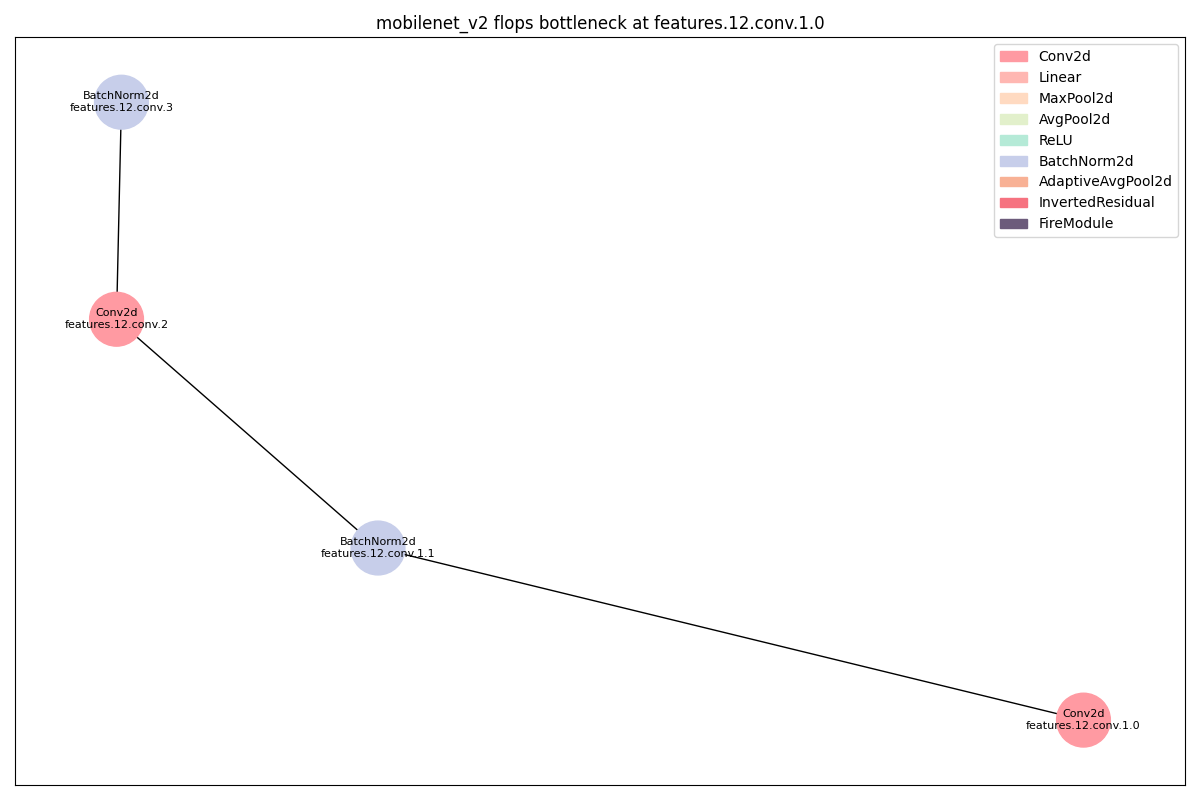
The Graphviz diagram dags/mobilenet_v2_flops_features_12_conv_1_0_op.png in 11222-Meng/DNN_Bottlen_Layer_Analysis, before a commit. Its source is kept beside it as dags/mobilenet_v2_flops_features_12_conv_1_0_op.dot.
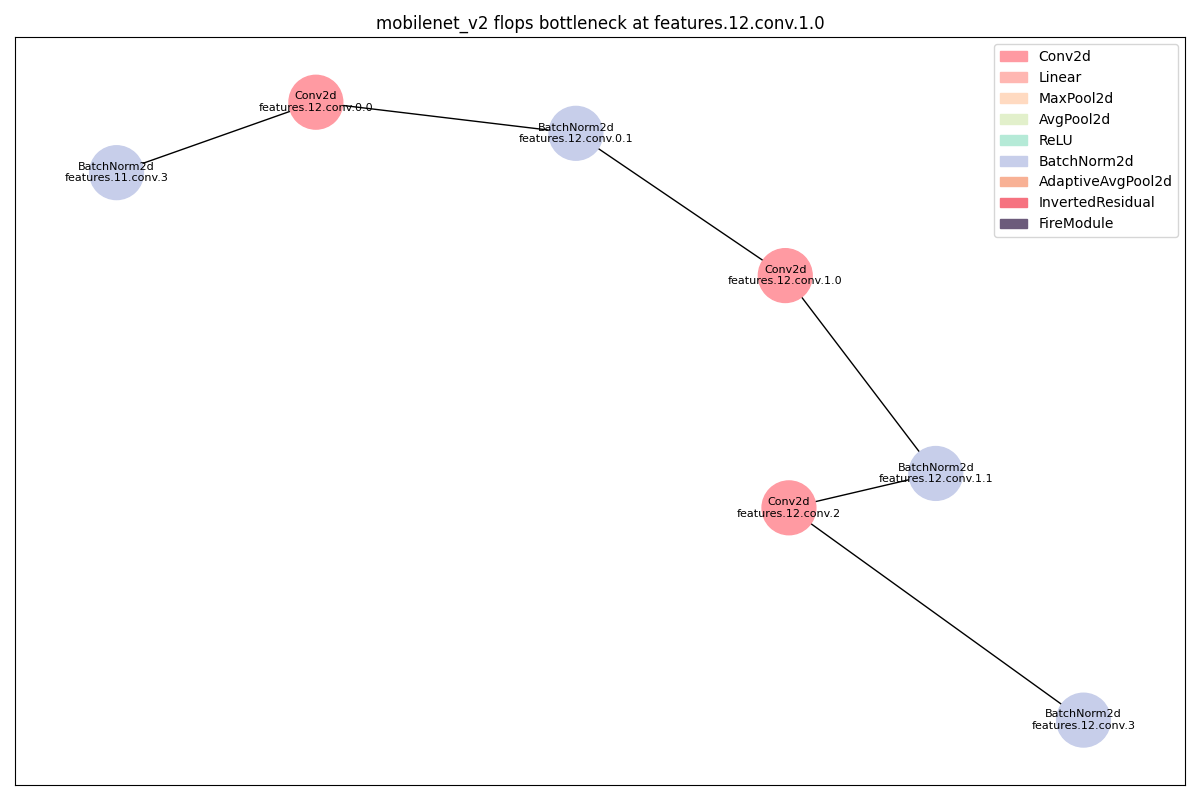
Above is the later version.

Diff of the diagram source:
```diff
@@ -1,21 +1,36 @@
 strict digraph "" {
+	BatchNorm2d_0	[color="#C7CEEA",
+		layer_name="features.11.conv.3",
+		params=192,
+		type=BatchNorm2d];
 	Conv2d_0	[color="#FF9AA2",
+		layer_name="features.12.conv.0.0",
+		params=55296,
+		type=Conv2d];
+	BatchNorm2d_0 -> Conv2d_0;
+	BatchNorm2d_1	[color="#C7CEEA",
+		layer_name="features.12.conv.0.1",
+		params=1152,
+		type=BatchNorm2d];
+	Conv2d_0 -> BatchNorm2d_1;
+	Conv2d_1	[color="#FF9AA2",
 		layer_name="features.12.conv.1.0",
 		params=5184,
 		type=Conv2d];
-	BatchNorm2d_0	[color="#C7CEEA",
+	BatchNorm2d_1 -> Conv2d_1;
+	BatchNorm2d_2	[color="#C7CEEA",
 		layer_name="features.12.conv.1.1",
 		params=1152,
 		type=BatchNorm2d];
-	Conv2d_0 -> BatchNorm2d_0;
-	Conv2d_1	[color="#FF9AA2",
+	Conv2d_1 -> BatchNorm2d_2;
+	Conv2d_2	[color="#FF9AA2",
 		layer_name="features.12.conv.2",
 		params=55296,
 		type=Conv2d];
-	BatchNorm2d_0 -> Conv2d_1;
-	BatchNorm2d_1	[color="#C7CEEA",
+	BatchNorm2d_2 -> Conv2d_2;
+	BatchNorm2d_3	[color="#C7CEEA",
 		layer_name="features.12.conv.3",
 		params=192,
 		type=BatchNorm2d];
-	Conv2d_1 -> BatchNorm2d_1;
+	Conv2d_2 -> BatchNorm2d_3;
 }
```
